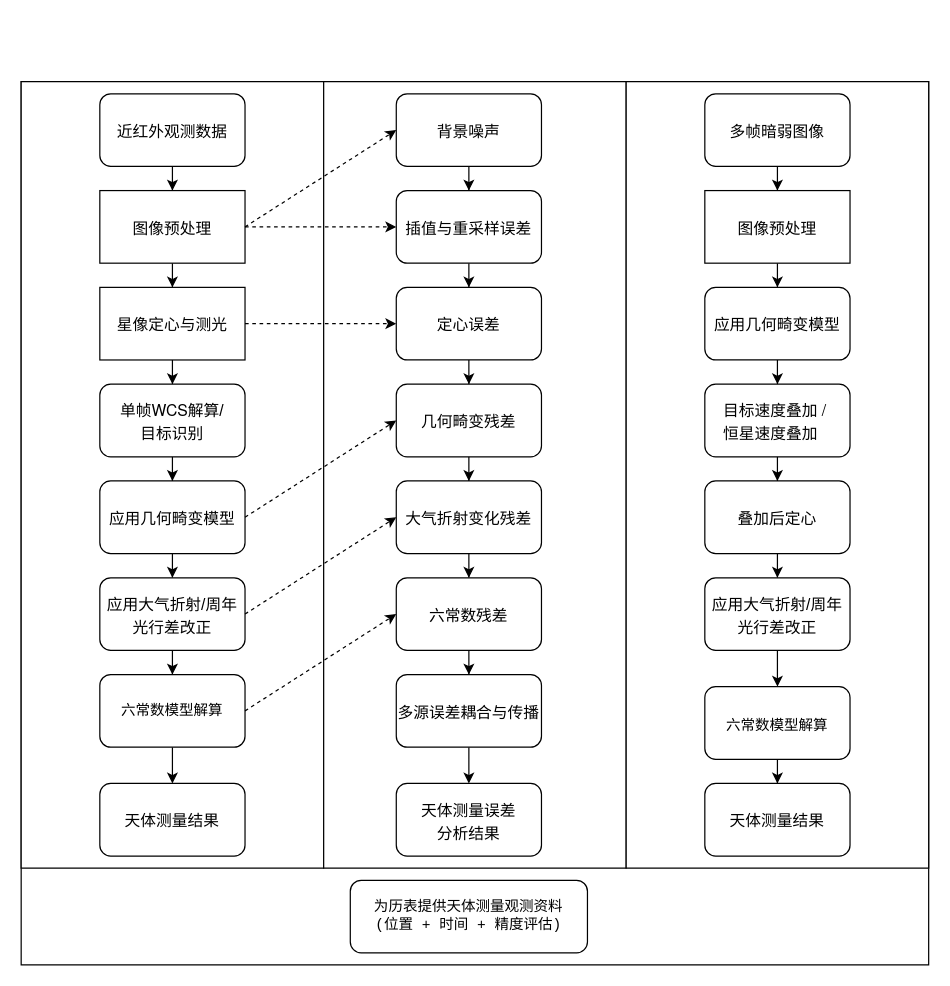
This is 青基2.drawio from chaorun/TNTPhotometry, a draw.io file, before an edit. Source tidied: cells renumbered, new cells numbered last; positions are measured from the earlier drawing's top-left corner, leaving out a move shared by most shapes. Both pictures are drawn from the tidied source at 121%, with x=0, y=0 at pixel (21, 81).
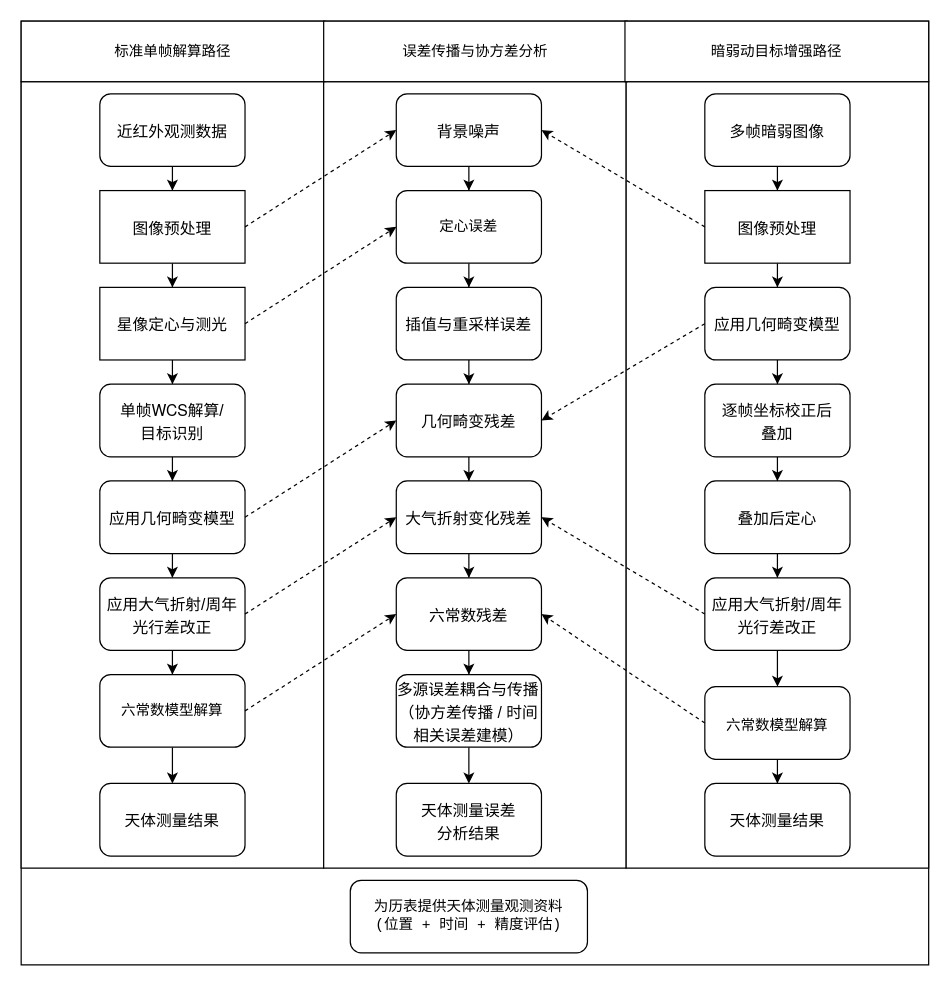
After the change.

Unchanged cells that the change refers to:
```xml
<mxCell id="9" value="&lt;p class=&quot;p1&quot; style=&quot;margin: 0px; font-variant-numeric: normal; font-variant-east-asian: normal; font-variant-alternates: normal; font-size-adjust: none; font-language-override: normal; font-kerning: auto; font-optical-sizing: auto; font-feature-settings: normal; font-variation-settings: normal; font-variant-position: normal; font-variant-emoji: normal; font-stretch: normal; font-size: 13px; line-height: normal; font-family: &amp;quot;PingFang SC&amp;quot;; text-align: start;&quot;&gt;图像预处理&lt;/p&gt;" style="rounded=0;whiteSpace=wrap;html=1;" parent="1" vertex="1">
  <mxGeometry x="65" y="90" width="120" height="60" as="geometry" />
</mxCell>
<mxCell id="11" value="&lt;p class=&quot;p1&quot; style=&quot;margin: 0px; font-variant-numeric: normal; font-variant-east-asian: normal; font-variant-alternates: normal; font-size-adjust: none; font-language-override: normal; font-kerning: auto; font-optical-sizing: auto; font-feature-settings: normal; font-variation-settings: normal; font-variant-position: normal; font-variant-emoji: normal; font-stretch: normal; font-size: 13px; line-height: normal; font-family: &amp;quot;PingFang SC&amp;quot;; text-align: start;&quot;&gt;星像定心与测光&lt;/p&gt;" style="rounded=0;whiteSpace=wrap;html=1;" parent="1" vertex="1">
  <mxGeometry x="65" y="170" width="120" height="60" as="geometry" />
</mxCell>
<mxCell id="22" value="&lt;p class=&quot;p1&quot; style=&quot;margin: 0px; font-variant-numeric: normal; font-variant-east-asian: normal; font-variant-alternates: normal; font-size-adjust: none; font-language-override: normal; font-kerning: auto; font-optical-sizing: auto; font-feature-settings: normal; font-variation-settings: normal; font-variant-position: normal; font-variant-emoji: normal; font-stretch: normal; font-size: 13px; line-height: normal; font-family: &amp;quot;PingFang SC&amp;quot;; text-align: start;&quot;&gt;背景噪声&lt;/p&gt;" style="rounded=1;whiteSpace=wrap;html=1;" parent="1" vertex="1">
  <mxGeometry x="310" y="10" width="120" height="60" as="geometry" />
</mxCell>
<mxCell id="30" value="&lt;p class=&quot;p1&quot; style=&quot;margin: 0px; font-variant-numeric: normal; font-variant-east-asian: normal; font-variant-alternates: normal; font-size-adjust: none; font-language-override: normal; font-kerning: auto; font-optical-sizing: auto; font-feature-settings: normal; font-variation-settings: normal; font-variant-position: normal; font-variant-emoji: normal; font-stretch: normal; font-size: 13px; line-height: normal; font-family: &amp;quot;PingFang SC&amp;quot;; text-align: start;&quot;&gt;大气折射变化残差&lt;/p&gt;" style="rounded=1;whiteSpace=wrap;html=1;" parent="1" vertex="1">
  <mxGeometry x="310" y="330" width="120" height="60" as="geometry" />
</mxCell>
<mxCell id="37" value="&lt;p class=&quot;p1&quot; style=&quot;margin: 0px; font-variant-numeric: normal; font-variant-east-asian: normal; font-variant-alternates: normal; font-size-adjust: none; font-language-override: normal; font-kerning: auto; font-optical-sizing: auto; font-feature-settings: normal; font-variation-settings: normal; font-variant-position: normal; font-variant-emoji: normal; font-stretch: normal; font-size: 13px; line-height: normal; font-family: &amp;quot;PingFang SC&amp;quot;; text-align: start;&quot;&gt;应用几何畸变模型&lt;/p&gt;" style="rounded=1;whiteSpace=wrap;html=1;" parent="1" vertex="1">
  <mxGeometry x="565" y="170" width="120" height="60" as="geometry" />
</mxCell>
<mxCell id="43" value="&lt;p class=&quot;p1&quot; style=&quot;margin: 0px; font-variant-numeric: normal; font-variant-east-asian: normal; font-variant-alternates: normal; font-size-adjust: none; font-language-override: normal; font-kerning: auto; font-optical-sizing: auto; font-feature-settings: normal; font-variation-settings: normal; font-variant-position: normal; font-variant-emoji: normal; font-stretch: normal; font-size: 13px; line-height: normal; font-family: &amp;quot;PingFang SC&amp;quot;; text-align: start;&quot;&gt;&lt;span style=&quot;font-family: Helvetica; font-size: 12px; text-align: center;&quot;&gt;六常数模型解算&lt;/span&gt;&lt;/p&gt;" style="rounded=1;whiteSpace=wrap;html=1;" parent="1" vertex="1">
  <mxGeometry x="565" y="500" width="120" height="60" as="geometry" />
</mxCell>
<mxCell id="45" value="&lt;p class=&quot;p1&quot; style=&quot;margin: 0px; font-variant-numeric: normal; font-variant-east-asian: normal; font-variant-alternates: normal; font-size-adjust: none; font-language-override: normal; font-kerning: auto; font-optical-sizing: auto; font-feature-settings: normal; font-variation-settings: normal; font-variant-position: normal; font-variant-emoji: normal; font-stretch: normal; font-size: 13px; line-height: normal; font-family: &amp;quot;PingFang SC&amp;quot;;&quot;&gt;应用大气折射/周年光行差改正&lt;/p&gt;" style="rounded=1;whiteSpace=wrap;html=1;align=center;" parent="1" vertex="1">
  <mxGeometry x="565" y="410" width="120" height="60" as="geometry" />
</mxCell>
<mxCell id="48" value="&lt;p class=&quot;p1&quot; style=&quot;margin: 0px; font-variant-numeric: normal; font-variant-east-asian: normal; font-variant-alternates: normal; font-size-adjust: none; font-language-override: normal; font-kerning: auto; font-optical-sizing: auto; font-feature-settings: normal; font-variation-settings: normal; font-variant-position: normal; font-variant-emoji: normal; font-stretch: normal; font-size: 13px; line-height: normal; font-family: &amp;quot;PingFang SC&amp;quot;; text-align: start;&quot;&gt;图像预处理&lt;/p&gt;" style="rounded=0;whiteSpace=wrap;html=1;" parent="1" vertex="1">
  <mxGeometry x="565" y="90" width="120" height="60" as="geometry" />
</mxCell>
<mxCell id="50" value="&lt;p class=&quot;p1&quot; style=&quot;margin: 0px; font-variant-numeric: normal; font-variant-east-asian: normal; font-variant-alternates: normal; font-size-adjust: none; font-language-override: normal; font-kerning: auto; font-optical-sizing: auto; font-feature-settings: normal; font-variation-settings: normal; font-variant-position: normal; font-variant-emoji: normal; font-stretch: normal; font-size: 13px; line-height: normal; font-family: &amp;quot;PingFang SC&amp;quot;; text-align: start;&quot;&gt;六常数残差&lt;/p&gt;" style="rounded=1;whiteSpace=wrap;html=1;" parent="1" vertex="1">
  <mxGeometry x="310" y="410" width="120" height="60" as="geometry" />
</mxCell>
```

What changed in the source:
```diff
@@
     <mxCell id="2" style="verticalLabelPosition=bottom;verticalAlign=top;html=1;shape=mxgraph.basic.rect;fillColor2=none;strokeWidth=1;size=20;indent=5;" parent="1" vertex="1">
-      <mxGeometry width="750" height="730" as="geometry" />
+      <mxGeometry y="-50" width="750" height="780" as="geometry" />
     </mxCell>
@@
-    <mxCell id="24" value="&lt;p class=&quot;p1&quot; style=&quot;margin: 0px; font-variant-numeric: normal; font-variant-east-asian: normal; font-variant-alternates: normal; font-size-adjust: none; font-language-override: normal; font-kerning: auto; font-optical-sizing: auto; font-feature-settings: normal; font-variation-settings: normal; font-variant-position: normal; font-variant-emoji: normal; font-stretch: normal; font-size: 13px; line-height: normal; font-family: &amp;quot;PingFang SC&amp;quot;; text-align: start;&quot;&gt;插值与重采样误差&lt;/p&gt;" style="rounded=1;whiteSpace=wrap;html=1;" parent="1" vertex="1">
+    <mxCell id="24" value="定心误差" style="rounded=1;whiteSpace=wrap;html=1;" parent="1" vertex="1">
       <mxGeometry x="310" y="90" width="120" height="60" as="geometry" />
     </mxCell>
@@
-    <mxCell id="26" value="&lt;p class=&quot;p1&quot; style=&quot;margin: 0px; font-variant-numeric: normal; font-variant-east-asian: normal; font-variant-alternates: normal; font-size-adjust: none; font-language-override: normal; font-kerning: auto; font-optical-sizing: auto; font-feature-settings: normal; font-variation-settings: normal; font-variant-position: normal; font-variant-emoji: normal; font-stretch: normal; font-size: 13px; line-height: normal; font-family: &amp;quot;PingFang SC&amp;quot;; text-align: start;&quot;&gt;&lt;span style=&quot;background-color: transparent; color: light-dark(rgb(0, 0, 0), rgb(255, 255, 255));&quot;&gt;定心误差&lt;/span&gt;&lt;/p&gt;" style="rounded=1;whiteSpace=wrap;html=1;" parent="1" vertex="1">
+    <mxCell id="26" value="&lt;p class=&quot;p1&quot; style=&quot;margin: 0px; font-variant-numeric: normal; font-variant-east-asian: normal; font-variant-alternates: normal; font-size-adjust: none; font-language-override: normal; font-kerning: auto; font-optical-sizing: auto; font-feature-settings: normal; font-variation-settings: normal; font-variant-position: normal; font-variant-emoji: normal; font-stretch: normal; font-size: 13px; line-height: normal; font-family: &amp;quot;PingFang SC&amp;quot;; text-align: start;&quot;&gt;插值与重采样误差&lt;/p&gt;" style="rounded=1;whiteSpace=wrap;html=1;" parent="1" vertex="1">
       <mxGeometry x="310" y="170" width="120" height="60" as="geometry" />
     </mxCell>
@@
-    <mxCell id="32" value="&lt;p class=&quot;p1&quot; style=&quot;margin: 0px; font-variant-numeric: normal; font-variant-east-asian: normal; font-variant-alternates: normal; font-size-adjust: none; font-language-override: normal; font-kerning: auto; font-optical-sizing: auto; font-feature-settings: normal; font-variation-settings: normal; font-variant-position: normal; font-variant-emoji: normal; font-stretch: normal; font-size: 13px; line-height: normal; font-family: &amp;quot;PingFang SC&amp;quot;; text-align: start;&quot;&gt;多源误差耦合与传播&lt;/p&gt;" style="rounded=1;whiteSpace=wrap;html=1;" parent="1" vertex="1">
+    <mxCell id="32" value="&lt;p class=&quot;p1&quot; style=&quot;margin: 0px; font-variant-numeric: normal; font-variant-east-asian: normal; font-variant-alternates: normal; font-size-adjust: none; font-language-override: normal; font-kerning: auto; font-optical-sizing: auto; font-feature-settings: normal; font-variation-settings: normal; font-variant-position: normal; font-variant-emoji: normal; font-stretch: normal; font-size: 13px; line-height: normal; font-family: &amp;quot;PingFang SC&amp;quot;; text-align: start;&quot;&gt;多源误差耦合与传播&lt;/p&gt;&lt;p class=&quot;p1&quot; style=&quot;margin: 0px; font-variant-numeric: normal; font-variant-east-asian: normal; font-variant-alternates: normal; font-size-adjust: none; font-language-override: normal; font-kerning: auto; font-optical-sizing: auto; font-feature-settings: normal; font-variation-settings: normal; font-variant-position: normal; font-variant-emoji: normal; font-stretch: normal; font-size: 13px; line-height: normal; font-family: &amp;quot;PingFang SC&amp;quot;;&quot;&gt;（协方差传播 / 时间相关误差建模）&lt;/p&gt;" style="rounded=1;whiteSpace=wrap;html=1;" parent="1" vertex="1">
       <mxGeometry x="310" y="490" width="120" height="60" as="geometry" />
     </mxCell>
@@
-    <mxCell id="39" value="&lt;p class=&quot;p1&quot; style=&quot;margin: 0px; font-variant-numeric: normal; font-variant-east-asian: normal; font-variant-alternates: normal; font-size-adjust: none; font-language-override: normal; font-kerning: auto; font-optical-sizing: auto; font-feature-settings: normal; font-variation-settings: normal; font-variant-position: normal; font-variant-emoji: normal; font-stretch: normal; font-size: 13px; line-height: normal; font-family: &amp;quot;PingFang SC&amp;quot;; text-align: start;&quot;&gt;目标速度叠加&lt;span class=&quot;s1&quot; style=&quot;font-variant-numeric: normal; font-variant-east-asian: normal; font-variant-alternates: normal; font-size-adjust: none; font-language-override: normal; font-kerning: auto; font-optical-sizing: auto; font-feature-settings: normal; font-variation-settings: normal; font-variant-position: normal; font-variant-emoji: normal; font-stretch: normal; line-height: normal; font-family: &amp;quot;Helvetica Neue&amp;quot;;&quot;&gt; /&amp;nbsp;&lt;/span&gt;&lt;/p&gt;&lt;p class=&quot;p1&quot; style=&quot;margin: 0px; font-variant-numeric: normal; font-variant-east-asian: normal; font-variant-alternates: normal; font-size-adjust: none; font-language-override: normal; font-kerning: auto; font-optical-sizing: auto; font-feature-settings: normal; font-variation-settings: normal; font-variant-position: normal; font-variant-emoji: normal; font-stretch: normal; font-size: 13px; line-height: normal; font-family: &amp;quot;PingFang SC&amp;quot;; text-align: start;&quot;&gt;恒星速度叠加&lt;/p&gt;" style="rounded=1;whiteSpace=wrap;html=1;" parent="1" vertex="1">
+    <mxCell id="39" value="&lt;p class=&quot;p1&quot; style=&quot;margin: 0px; font-variant-numeric: normal; font-variant-east-asian: normal; font-variant-alternates: normal; font-size-adjust: none; font-language-override: normal; font-kerning: auto; font-optical-sizing: auto; font-feature-settings: normal; font-variation-settings: normal; font-variant-position: normal; font-variant-emoji: normal; font-stretch: normal; font-size: 13px; line-height: normal; font-family: &amp;quot;PingFang SC&amp;quot;; text-align: start;&quot;&gt;逐帧坐标校正后&lt;/p&gt;&lt;p class=&quot;p1&quot; style=&quot;margin: 0px; font-variant-numeric: normal; font-variant-east-asian: normal; font-variant-alternates: normal; font-size-adjust: none; font-language-override: normal; font-kerning: auto; font-optical-sizing: auto; font-feature-settings: normal; font-variation-settings: normal; font-variant-position: normal; font-variant-emoji: normal; font-stretch: normal; font-size: 13px; line-height: normal; font-family: &amp;quot;PingFang SC&amp;quot;;&quot;&gt;叠加&lt;/p&gt;" style="rounded=1;whiteSpace=wrap;html=1;" parent="1" vertex="1">
       <mxGeometry x="565" y="250" width="120" height="60" as="geometry" />
     </mxCell>
@@
-    <mxCell id="53" style="endArrow=classic;html=1;rounded=0;dashed=1;exitX=1;exitY=0.5;exitDx=0;exitDy=0;entryX=0;entryY=0.5;entryDx=0;entryDy=0;" parent="1" edge="1" source="9" target="24">
-      <mxGeometry relative="1" as="geometry" />
-    </mxCell>
-    <mxCell id="54" style="endArrow=classic;html=1;rounded=0;dashed=1;exitX=1;exitY=0.5;exitDx=0;exitDy=0;entryX=0;entryY=0.5;entryDx=0;entryDy=0;" parent="1" edge="1" source="11" target="26">
+    <mxCell id="54" style="endArrow=classic;html=1;rounded=0;dashed=1;exitX=1;exitY=0.5;exitDx=0;exitDy=0;entryX=0;entryY=0.5;entryDx=0;entryDy=0;" parent="1" edge="1" source="11" target="24">
       <mxGeometry relative="1" as="geometry" />
     </mxCell>
@@
+    <mxCell id="58" style="endArrow=classic;html=1;rounded=0;dashed=1;exitX=0;exitY=0.5;exitDx=0;exitDy=0;entryX=1;entryY=0.5;entryDx=0;entryDy=0;" parent="1" edge="1" source="48" target="22">
+      <mxGeometry relative="1" as="geometry" />
+    </mxCell>
+    <mxCell id="59" style="endArrow=classic;html=1;rounded=0;dashed=1;exitX=0;exitY=0.5;exitDx=0;exitDy=0;entryX=1;entryY=0.5;entryDx=0;entryDy=0;" parent="1" edge="1" source="37">
+      <mxGeometry relative="1" as="geometry">
+        <mxPoint x="430" y="280" as="targetPoint" />
+      </mxGeometry>
+    </mxCell>
+    <mxCell id="60" style="endArrow=classic;html=1;rounded=0;dashed=1;exitX=0;exitY=0.5;exitDx=0;exitDy=0;entryX=1;entryY=0.5;entryDx=0;entryDy=0;" parent="1" edge="1" source="45" target="30">
+      <mxGeometry relative="1" as="geometry" />
+    </mxCell>
+    <mxCell id="61" style="endArrow=classic;html=1;rounded=0;dashed=1;exitX=0;exitY=0.5;exitDx=0;exitDy=0;entryX=1;entryY=0.5;entryDx=0;entryDy=0;" parent="1" edge="1" source="43" target="50">
+      <mxGeometry relative="1" as="geometry" />
+    </mxCell>
+    <mxCell id="62" value="标准单帧解算路径" style="rounded=0;whiteSpace=wrap;html=1;" parent="1" vertex="1">
+      <mxGeometry y="-50" width="251" height="50" as="geometry" />
+    </mxCell>
+    <mxCell id="63" value="误差传播与协方差分析" style="rounded=0;whiteSpace=wrap;html=1;" parent="1" vertex="1">
+      <mxGeometry x="250" y="-50" width="251" height="50" as="geometry" />
+    </mxCell>
+    <mxCell id="64" value="暗弱动目标增强路径" style="rounded=0;whiteSpace=wrap;html=1;" parent="1" vertex="1">
+      <mxGeometry x="499" y="-50" width="251" height="50" as="geometry" />
+    </mxCell>
```
